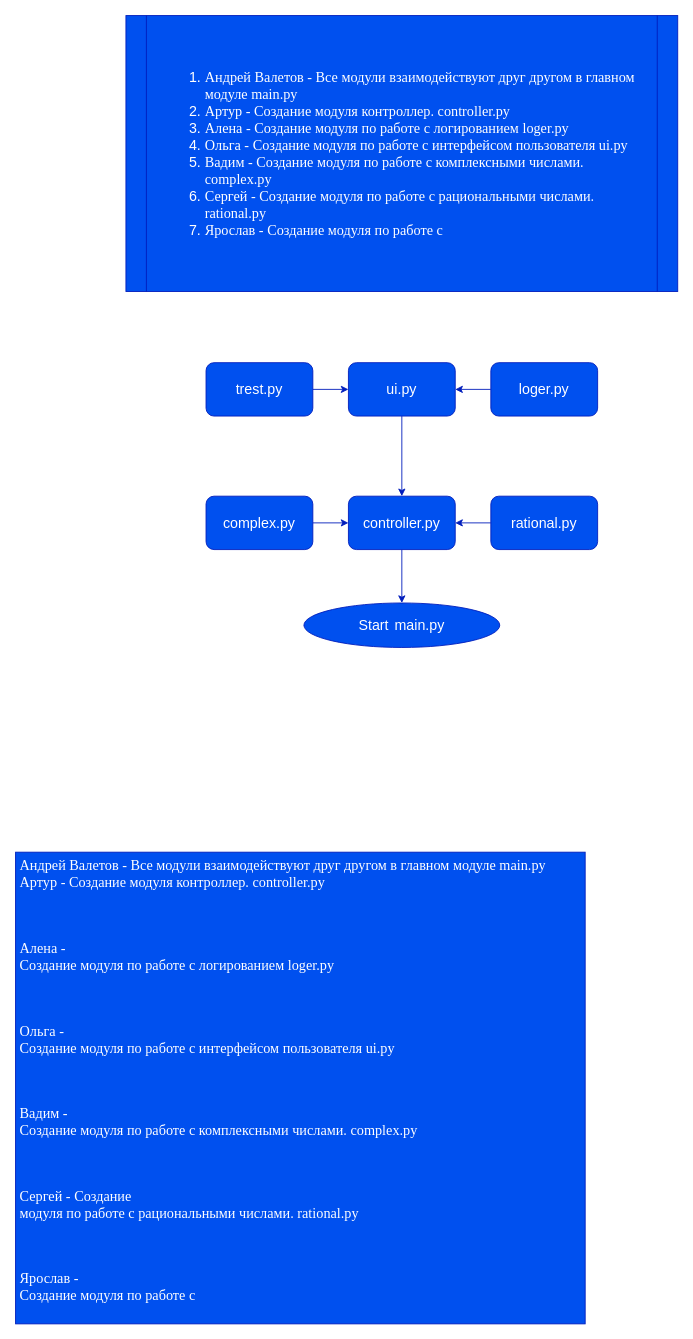
Before: flowchart.drawio in GrafanyS/calculator_program, a draw.io diagram. Source tidied: cells renumbered, new cells numbered last; positions are measured from the earlier drawing's top-left corner, leaving out a move shared by most shapes. Both pictures are drawn from the tidied source at 89%, with x=0, y=0 at pixel (15, 15).
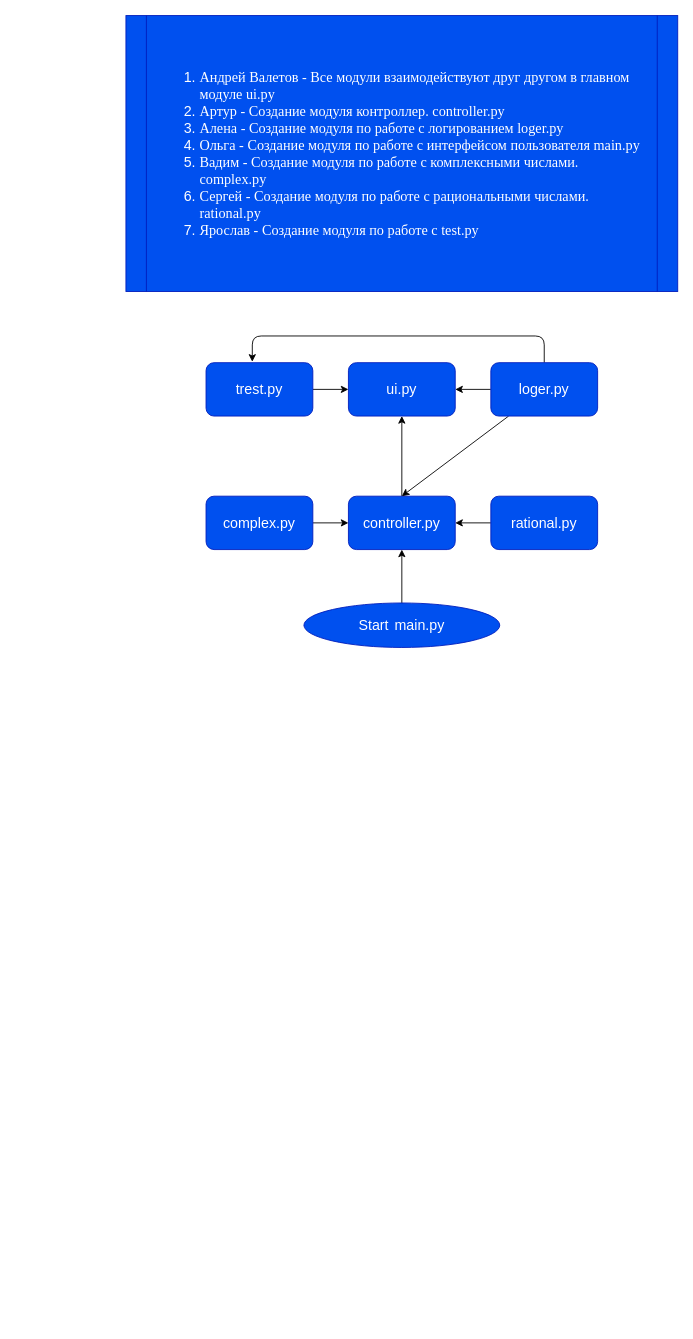
The same page after the edit.

Diff of the diagram source:
```diff
@@
 <mxGraphModel>
   <root>
     <mxCell id="0" />
     <mxCell id="1" parent="0" />
-    <mxCell id="2" style="edgeStyle=none;html=1;fontFamily=Helvetica;fontSize=16;fontColor=#FFFFFF;labelBackgroundColor=none;fillColor=#0050ef;strokeColor=#001DBC;" parent="1" edge="1" source="3" target="10">
+    <mxCell id="2" style="edgeStyle=none;html=1;exitX=1;exitY=0.5;exitDx=0;exitDy=0;entryX=0;entryY=0.5;entryDx=0;entryDy=0;" parent="1" edge="1" source="3" target="10">
       <mxGeometry relative="1" as="geometry" />
     </mxCell>
     <mxCell id="3" value="&lt;div style=&quot;font-size: 16px ; line-height: 22px&quot;&gt;&lt;div style=&quot;line-height: 22px&quot;&gt;&lt;font&gt;complex.py&lt;/font&gt;&lt;/div&gt;&lt;/div&gt;" style="rounded=1;whiteSpace=wrap;html=1;fontColor=#ffffff;labelBackgroundColor=none;fillColor=#0050ef;strokeColor=#001DBC;" parent="1" vertex="1">
       <mxGeometry x="214" y="540" width="120" height="60" as="geometry" />
     </mxCell>
-    <mxCell id="4" style="edgeStyle=none;html=1;fontFamily=Helvetica;fontSize=16;fontColor=#FFFFFF;labelBackgroundColor=none;fillColor=#0050ef;strokeColor=#001DBC;" parent="1" edge="1" source="5" target="10">
+    <mxCell id="4" style="edgeStyle=none;html=1;exitX=0;exitY=0.5;exitDx=0;exitDy=0;entryX=1;entryY=0.5;entryDx=0;entryDy=0;" parent="1" edge="1" source="5" target="10">
       <mxGeometry relative="1" as="geometry" />
     </mxCell>
     <mxCell id="5" value="&lt;div style=&quot;font-size: 16px; line-height: 22px;&quot;&gt;rational.py&lt;/div&gt;" style="rounded=1;whiteSpace=wrap;html=1;fontColor=#ffffff;labelBackgroundColor=none;fillColor=#0050ef;strokeColor=#001DBC;" parent="1" vertex="1">
       <mxGeometry x="534" y="540" width="120" height="60" as="geometry" />
     </mxCell>
-    <mxCell id="6" style="edgeStyle=none;html=1;fontFamily=Helvetica;fontSize=16;fontColor=#FFFFFF;labelBackgroundColor=none;fillColor=#0050ef;strokeColor=#001DBC;" parent="1" edge="1" source="7" target="14">
+    <mxCell id="6" style="edgeStyle=none;html=1;exitX=1;exitY=0.5;exitDx=0;exitDy=0;entryX=0;entryY=0.5;entryDx=0;entryDy=0;" parent="1" edge="1" source="7" target="14">
       <mxGeometry relative="1" as="geometry" />
     </mxCell>
     <mxCell id="7" value="&lt;font style=&quot;font-size: 16px&quot;&gt;trest.py&lt;/font&gt;" style="rounded=1;whiteSpace=wrap;html=1;fontColor=#ffffff;labelBackgroundColor=none;fillColor=#0050ef;strokeColor=#001DBC;" parent="1" vertex="1">
       <mxGeometry x="214" y="390" width="120" height="60" as="geometry" />
     </mxCell>
+    <mxCell id="17" style="edgeStyle=none;html=1;" parent="1" edge="1" source="8" target="10">
+      <mxGeometry relative="1" as="geometry" />
+    </mxCell>
     <mxCell id="8" value="&lt;font style=&quot;font-size: 16px&quot;&gt;Start&lt;/font&gt;&amp;nbsp;&amp;nbsp;&lt;span style=&quot;font-size: 16px&quot;&gt;main.py&lt;/span&gt;" style="ellipse;whiteSpace=wrap;html=1;fontColor=#ffffff;labelBackgroundColor=none;fillColor=#0050ef;strokeColor=#001DBC;" parent="1" vertex="1">
       <mxGeometry x="324" y="660" width="220" height="50" as="geometry" />
     </mxCell>
-    <mxCell id="9" style="edgeStyle=none;html=1;fontFamily=Helvetica;fontSize=16;fontColor=#FFFFFF;labelBackgroundColor=none;fillColor=#0050ef;strokeColor=#001DBC;" parent="1" edge="1" source="10" target="8">
-      <mxGeometry relative="1" as="geometry" />
-    </mxCell>
+    <mxCell id="18" style="edgeStyle=none;html=1;exitX=0.5;exitY=0;exitDx=0;exitDy=0;entryX=0.5;entryY=1;entryDx=0;entryDy=0;" parent="1" edge="1" source="10" target="14">
+      <mxGeometry relative="1" as="geometry" />
+    </mxCell>
     <mxCell id="10" value="&lt;font style=&quot;font-size: 16px&quot;&gt;controller.py&lt;/font&gt;" style="rounded=1;whiteSpace=wrap;html=1;fontColor=#ffffff;labelBackgroundColor=none;fillColor=#0050ef;strokeColor=#001DBC;" parent="1" vertex="1">
       <mxGeometry x="374" y="540" width="120" height="60" as="geometry" />
     </mxCell>
+    <mxCell id="19" style="edgeStyle=none;html=1;exitX=0.5;exitY=0;exitDx=0;exitDy=0;entryX=0.433;entryY=-0.017;entryDx=0;entryDy=0;entryPerimeter=0;" parent="1" edge="1" source="12" target="7">
+      <mxGeometry relative="1" as="geometry">
+        <Array as="points">
+          <mxPoint x="594" y="360" />
+          <mxPoint x="266" y="360" />
+        </Array>
+      </mxGeometry>
+    </mxCell>
-    <mxCell id="11" style="edgeStyle=none;html=1;fontFamily=Helvetica;fontSize=16;fontColor=#FFFFFF;labelBackgroundColor=none;fillColor=#0050ef;strokeColor=#001DBC;" parent="1" edge="1" source="12" target="14">
+    <mxCell id="11" style="edgeStyle=none;html=1;exitX=0;exitY=0.5;exitDx=0;exitDy=0;entryX=1;entryY=0.5;entryDx=0;entryDy=0;" parent="1" edge="1" source="12" target="14">
       <mxGeometry relative="1" as="geometry" />
     </mxCell>
+    <mxCell id="20" style="edgeStyle=none;html=1;entryX=0.5;entryY=0;entryDx=0;entryDy=0;" parent="1" edge="1" source="12" target="10">
+      <mxGeometry relative="1" as="geometry" />
+    </mxCell>
     <mxCell id="12" value="&lt;font style=&quot;font-size: 16px&quot;&gt;loger.py&lt;/font&gt;" style="rounded=1;whiteSpace=wrap;html=1;fontColor=#ffffff;labelBackgroundColor=none;fillColor=#0050ef;strokeColor=#001DBC;" parent="1" vertex="1">
       <mxGeometry x="534" y="390" width="120" height="60" as="geometry" />
     </mxCell>
-    <mxCell id="13" style="edgeStyle=none;html=1;fontFamily=Helvetica;fontSize=16;fontColor=#FFFFFF;labelBackgroundColor=none;fillColor=#0050ef;strokeColor=#001DBC;entryX=0.5;entryY=0;entryDx=0;entryDy=0;" parent="1" edge="1" source="14" target="10">
-      <mxGeometry relative="1" as="geometry" />
-    </mxCell>
     <mxCell id="14" value="&lt;font style=&quot;font-size: 16px&quot;&gt;ui.py&lt;/font&gt;" style="rounded=1;whiteSpace=wrap;html=1;fontColor=#ffffff;labelBackgroundColor=none;fillColor=#0050ef;strokeColor=#001DBC;" parent="1" vertex="1">
       <mxGeometry x="374" y="390" width="120" height="60" as="geometry" />
     </mxCell>
-    <mxCell id="15" value="&lt;p class=&quot;MsoNormal&quot; style=&quot;margin-bottom: 0cm ; margin-bottom: 0.0001pt ; line-height: normal&quot;&gt;&lt;/p&gt;&lt;div style=&quot;text-align: left&quot;&gt;&lt;ol&gt;&lt;li&gt;&lt;span style=&quot;font-size: 12.0pt ; line-height: 107% ; font-family: &amp;#34;times new roman&amp;#34; , serif&quot;&gt;Андрей Валетов -&amp;nbsp;Все модули взаимодействуют друг другом в главном&lt;br/&gt;модуле&amp;nbsp;main.py&lt;/span&gt;&lt;/li&gt;&lt;li&gt;&lt;span style=&quot;font-size: 12.0pt ; line-height: 107% ; font-family: &amp;#34;times new roman&amp;#34; , serif&quot;&gt;Артур&amp;nbsp;- Создание модуля контроллер.&amp;nbsp;controller.py&lt;br&gt;&lt;/span&gt;&lt;/li&gt;&lt;li&gt;&lt;span style=&quot;font-size: 12.0pt ; line-height: 107% ; font-family: &amp;#34;times new roman&amp;#34; , serif&quot;&gt;Алена&amp;nbsp;- Создание модуля по работе с логированием loger.py&lt;br&gt;&lt;/span&gt;&lt;/li&gt;&lt;li&gt;&lt;span style=&quot;font-size: 12.0pt ; line-height: 107% ; font-family: &amp;#34;times new roman&amp;#34; , serif&quot;&gt;Ольга&amp;nbsp;- Создание модуля по работе с интерфейсом пользователя ui.py&lt;br&gt;&lt;/span&gt;&lt;/li&gt;&lt;li&gt;&lt;span style=&quot;font-size: 12.0pt ; line-height: 107% ; font-family: &amp;#34;times new roman&amp;#34; , serif&quot;&gt;Вадим&amp;nbsp;- Создание модуля по работе с комплексными числами.&lt;br/&gt;complex.py&lt;br&gt;&lt;/span&gt;&lt;/li&gt;&lt;li&gt;&lt;span style=&quot;font-size: 12.0pt ; line-height: 107% ; font-family: &amp;#34;times new roman&amp;#34; , serif&quot;&gt;Сергей&amp;nbsp;-&amp;nbsp;Создание модуля по работе с рациональными числами.&lt;br/&gt;rational.py&lt;br&gt;&lt;/span&gt;&lt;/li&gt;&lt;li&gt;&lt;span style=&quot;font-size: 12.0pt ; line-height: 107% ; font-family: &amp;#34;times new roman&amp;#34; , serif&quot;&gt;Ярослав&amp;nbsp;- Создание модуля по работе с&lt;br&gt;&lt;/span&gt;&lt;/li&gt;&lt;/ol&gt;&lt;/div&gt;" style="shape=process;whiteSpace=wrap;html=1;backgroundOutline=1;labelBackgroundColor=none;fontFamily=Helvetica;fontSize=16;fontColor=#ffffff;size=0.036585365853658534;fillColor=#0050ef;strokeColor=#001DBC;" parent="1" vertex="1">
+    <mxCell id="15" value="&lt;p class=&quot;MsoNormal&quot; style=&quot;margin-bottom: 0cm ; margin-bottom: 0.0001pt ; line-height: normal&quot;&gt;&lt;/p&gt;&lt;div style=&quot;text-align: left&quot;&gt;&lt;ol&gt;&lt;li&gt;&lt;span style=&quot;font-size: 12.0pt ; line-height: 107% ; font-family: &amp;#34;times new roman&amp;#34; , serif&quot;&gt;Андрей Валетов -&amp;nbsp;Все модули взаимодействуют друг другом в главном&lt;br&gt;модуле ui.py&lt;/span&gt;&lt;/li&gt;&lt;li&gt;&lt;span style=&quot;font-size: 12.0pt ; line-height: 107% ; font-family: &amp;#34;times new roman&amp;#34; , serif&quot;&gt;Артур&amp;nbsp;- Создание модуля контроллер.&amp;nbsp;controller.py&lt;br&gt;&lt;/span&gt;&lt;/li&gt;&lt;li&gt;&lt;span style=&quot;font-size: 12.0pt ; line-height: 107% ; font-family: &amp;#34;times new roman&amp;#34; , serif&quot;&gt;Алена&amp;nbsp;- Создание модуля по работе с логированием loger.py&lt;br&gt;&lt;/span&gt;&lt;/li&gt;&lt;li&gt;&lt;span style=&quot;font-size: 12.0pt ; line-height: 107% ; font-family: &amp;#34;times new roman&amp;#34; , serif&quot;&gt;Ольга&amp;nbsp;- Создание модуля по работе с интерфейсом пользователя main.py&lt;br&gt;&lt;/span&gt;&lt;/li&gt;&lt;li&gt;&lt;span style=&quot;font-size: 12.0pt ; line-height: 107% ; font-family: &amp;#34;times new roman&amp;#34; , serif&quot;&gt;Вадим&amp;nbsp;- Создание модуля по работе с комплексными числами.&lt;br&gt;complex.py&lt;br&gt;&lt;/span&gt;&lt;/li&gt;&lt;li&gt;&lt;span style=&quot;font-size: 12.0pt ; line-height: 107% ; font-family: &amp;#34;times new roman&amp;#34; , serif&quot;&gt;Сергей&amp;nbsp;-&amp;nbsp;Создание модуля по работе с рациональными числами.&lt;br&gt;rational.py&lt;br&gt;&lt;/span&gt;&lt;/li&gt;&lt;li&gt;&lt;span style=&quot;font-size: 12.0pt ; line-height: 107% ; font-family: &amp;#34;times new roman&amp;#34; , serif&quot;&gt;Ярослав&amp;nbsp;- Создание модуля по работе с test.py&lt;br&gt;&lt;/span&gt;&lt;/li&gt;&lt;/ol&gt;&lt;/div&gt;" style="shape=process;whiteSpace=wrap;html=1;backgroundOutline=1;labelBackgroundColor=none;fontFamily=Helvetica;fontSize=16;fontColor=#ffffff;size=0.036585365853658534;fillColor=#0050ef;strokeColor=#001DBC;" parent="1" vertex="1">
       <mxGeometry x="124" width="620" height="310" as="geometry" />
     </mxCell>
-    <mxCell id="16" value="&lt;p class=&quot;MsoNormal&quot; style=&quot;margin-bottom: 0cm ; margin-bottom: 0.0001pt&quot;&gt;&lt;span style=&quot;font-size: 12.0pt ; line-height: 107% ; font-family: &amp;#34;times new roman&amp;#34; , serif&quot;&gt;Андрей Валетов -&amp;nbsp;Все модули взаимодействуют друг другом в главном модуле&amp;nbsp;main.py&lt;/span&gt;&lt;/p&gt;&lt;span style=&quot;font-family: &amp;#34;times new roman&amp;#34; , serif ; font-size: 12pt&quot;&gt;Артур&amp;nbsp;-&amp;nbsp;&lt;/span&gt;&lt;span style=&quot;font-family: &amp;#34;times new roman&amp;#34; , serif ; font-size: 12pt&quot;&gt;Создание модуля контроллер.&amp;nbsp;controller.py&lt;/span&gt;&lt;span style=&quot;font-family: &amp;#34;times new roman&amp;#34; , serif ; font-size: 12pt&quot;&gt;&lt;br&gt;&lt;/span&gt;&lt;br&gt;&lt;br&gt;&lt;p class=&quot;MsoNormal&quot; style=&quot;margin-bottom: 0cm ; margin-bottom: 0.0001pt&quot;&gt;&lt;span style=&quot;font-size: 12.0pt ; line-height: 107% ; font-family: &amp;#34;times new roman&amp;#34; , serif&quot;&gt;Алена&amp;nbsp;-&lt;br&gt;Создание модуля по работе с логированием loger.py&lt;/span&gt;&lt;/p&gt;&lt;br&gt;&lt;br&gt;&lt;p class=&quot;MsoNormal&quot; style=&quot;margin-bottom: 0cm ; margin-bottom: 0.0001pt&quot;&gt;&lt;span style=&quot;font-size: 12.0pt ; line-height: 107% ; font-family: &amp;#34;times new roman&amp;#34; , serif&quot;&gt;Ольга&amp;nbsp;-&lt;br&gt;Создание модуля по работе с интерфейсом пользователя ui.py&lt;/span&gt;&lt;/p&gt;&lt;br&gt;&lt;br&gt;&lt;p class=&quot;MsoNormal&quot; style=&quot;margin-bottom: 0cm ; margin-bottom: 0.0001pt&quot;&gt;&lt;span style=&quot;font-size: 12.0pt ; line-height: 107% ; font-family: &amp;#34;times new roman&amp;#34; , serif&quot;&gt;Вадим&amp;nbsp;-&lt;br&gt;Создание модуля по работе с комплексными числами. complex.py&lt;/span&gt;&lt;/p&gt;&lt;br&gt;&lt;br&gt;&lt;p class=&quot;MsoNormal&quot; style=&quot;margin-bottom: 0cm ; margin-bottom: 0.0001pt&quot;&gt;&lt;span style=&quot;font-size: 12.0pt ; line-height: 107% ; font-family: &amp;#34;times new roman&amp;#34; , serif&quot;&gt;Сергей&amp;nbsp;-&amp;nbsp;Создание&lt;br&gt;модуля по работе с рациональными числами. rational.py&lt;/span&gt;&lt;/p&gt;&lt;br&gt;&lt;br&gt;&lt;p class=&quot;MsoNormal&quot; style=&quot;margin-bottom: 0cm ; margin-bottom: 0.0001pt&quot;&gt;&lt;span style=&quot;font-size: 12.0pt ; line-height: 107% ; font-family: &amp;#34;times new roman&amp;#34; , serif&quot;&gt;Ярослав&amp;nbsp;-&lt;br&gt;Создание модуля по работе с&lt;/span&gt;&lt;/p&gt;" style="text;html=1;strokeColor=#001DBC;fillColor=#0050ef;spacing=5;spacingTop=-20;whiteSpace=wrap;overflow=hidden;rounded=0;labelBackgroundColor=none;fontFamily=Times New Roman;fontSize=16;fontColor=#ffffff;" parent="1" vertex="1">
-      <mxGeometry y="940" width="640" height="530" as="geometry" />
-    </mxCell>
   </root>
 </mxGraphModel>
```
